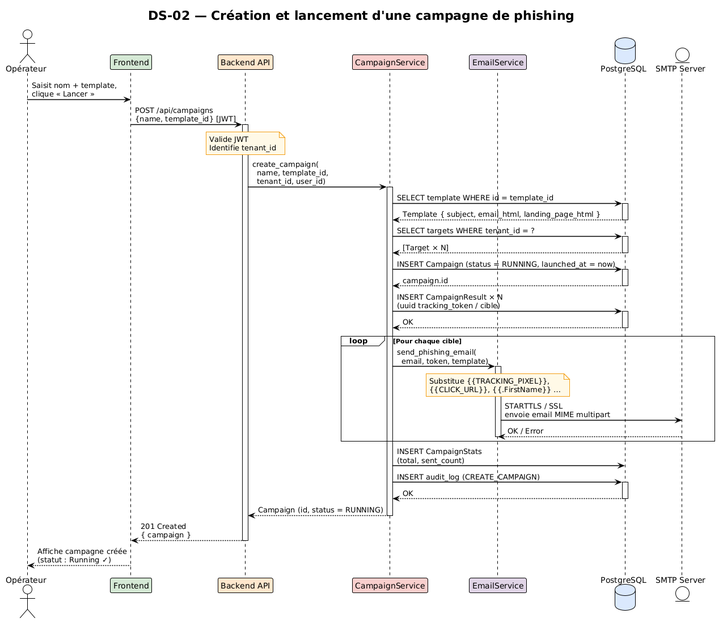
This is docs/uml/seq-campaign.png from xDiogow/PhishNet, a PlantUML export, as it was before one commit.
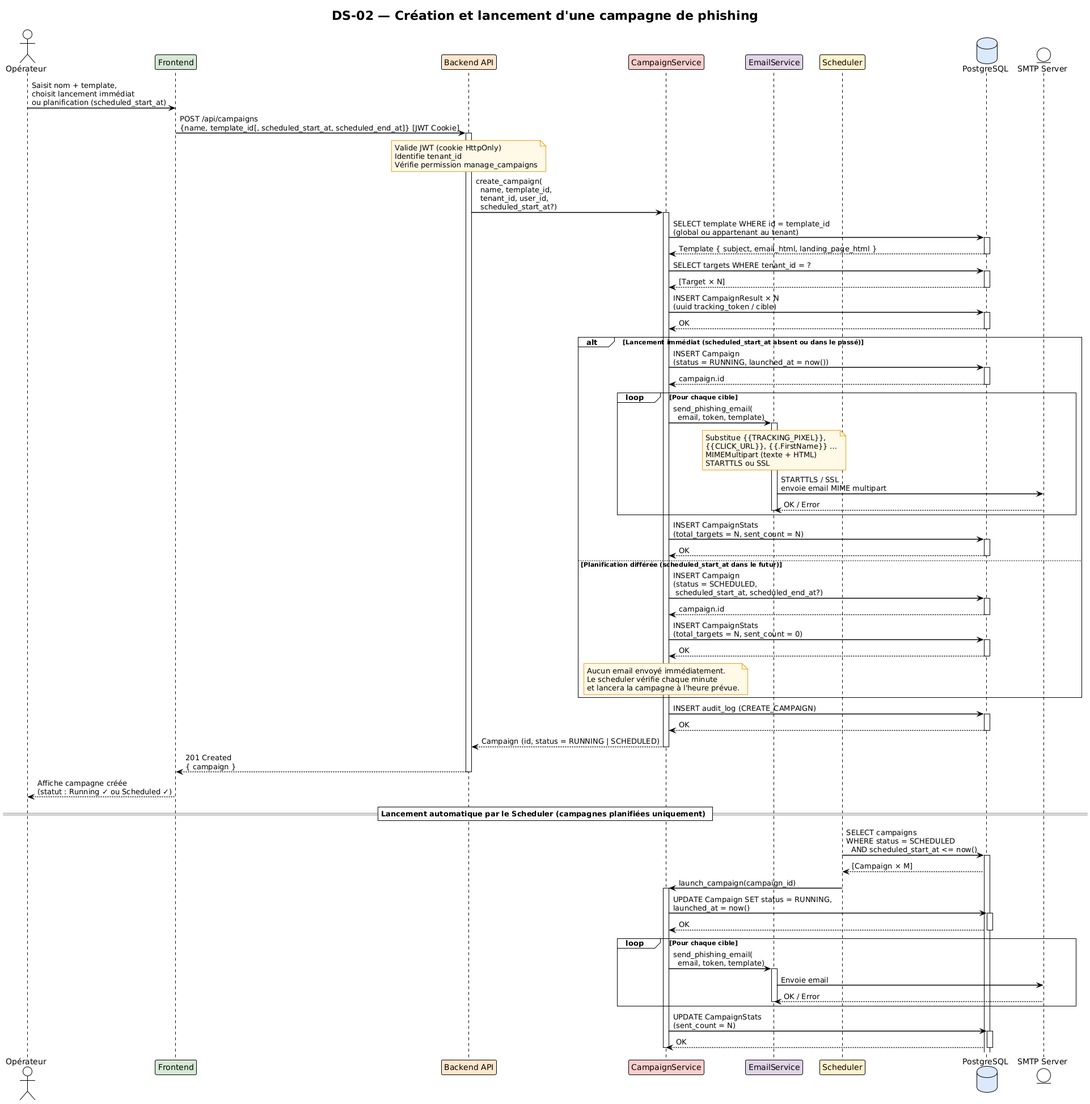
After the commit.

Change to the diagram source:
```diff
@@ -12,20 +12,21 @@
 participant "Backend API"       as BE #ffe6cc
 participant "CampaignService"   as CS #f8cecc
 participant "EmailService"      as ES #e1d5e7
+participant "Scheduler"         as SC #fff2cc
 database    "PostgreSQL"        as DB #dae8fc
 entity      "SMTP Server"       as SMTP
 
-OP -> FE : Saisit nom + template,\nclique « Lancer »
+OP -> FE : Saisit nom + template,\nchoisit lancement immédiat\nou planification (scheduled_start_at)
 
-FE -> BE : POST /api/campaigns\n{name, template_id} [JWT]
+FE -> BE : POST /api/campaigns\n{name, template_id[, scheduled_start_at, scheduled_end_at]} [JWT Cookie]
 activate BE
 
-note over BE : Valide JWT\nIdentifie tenant_id
+note over BE : Valide JWT (cookie HttpOnly)\nIdentifie tenant_id\nVérifie permission manage_campaigns
 
-BE -> CS : create_campaign(\n  name, template_id,\n  tenant_id, user_id)
+BE -> CS : create_campaign(\n  name, template_id,\n  tenant_id, user_id,\n  scheduled_start_at?)
 activate CS
 
-CS -> DB : SELECT template WHERE id = template_id
+CS -> DB : SELECT template WHERE id = template_id\n(global ou appartenant au tenant)
 activate DB
 DB --> CS : Template { subject, email_html, landing_page_html }
 deactivate DB
@@ -35,12 +36,81 @@
 DB --> CS : [Target × N]
 deactivate DB
 
-CS -> DB : INSERT Campaign (status = RUNNING, launched_at = now)
+CS -> DB : INSERT CampaignResult × N\n(uuid tracking_token / cible)
 activate DB
-DB --> CS : campaign.id
+DB --> CS : OK
 deactivate DB
 
-CS -> DB : INSERT CampaignResult × N\n(uuid tracking_token / cible)
+alt Lancement immédiat (scheduled_start_at absent ou dans le passé)
+
+  CS -> DB : INSERT Campaign\n(status = RUNNING, launched_at = now())
+  activate DB
+  DB --> CS : campaign.id
+  deactivate DB
+
+  loop Pour chaque cible
+    CS -> ES : send_phishing_email(\n  email, token, template)
+    activate ES
+    note over ES
+      Substitue {{TRACKING_PIXEL}},
+      {{CLICK_URL}}, {{.FirstName}} …
+      MIMEMultipart (texte + HTML)
+      STARTTLS ou SSL
+    end note
+    ES -> SMTP : STARTTLS / SSL\nenvoie email MIME multipart
+    SMTP --> ES : OK / Error
+    deactivate ES
+  end
+
+  CS -> DB : INSERT CampaignStats\n(total_targets = N, sent_count = N)
+  activate DB
+  DB --> CS : OK
+  deactivate DB
+
+else Planification différée (scheduled_start_at dans le futur)
+
+  CS -> DB : INSERT Campaign\n(status = SCHEDULED,\n scheduled_start_at, scheduled_end_at?)
+  activate DB
+  DB --> CS : campaign.id
+  deactivate DB
+
+  CS -> DB : INSERT CampaignStats\n(total_targets = N, sent_count = 0)
+  activate DB
+  DB --> CS : OK
+  deactivate DB
+
+  note over CS
+    Aucun email envoyé immédiatement.
+    Le scheduler vérifie chaque minute
+    et lancera la campagne à l'heure prévue.
+  end note
+
+end
+
+CS -> DB : INSERT audit_log (CREATE_CAMPAIGN)
+activate DB
+DB --> CS : OK
+deactivate DB
+
+CS --> BE : Campaign (id, status = RUNNING | SCHEDULED)
+deactivate CS
+
+BE --> FE : 201 Created\n{ campaign }
+deactivate BE
+
+FE --> OP : Affiche campagne créée\n(statut : Running ✓ ou Scheduled ✓)
+
+== Lancement automatique par le Scheduler (campagnes planifiées uniquement) ==
+
+SC -> DB : SELECT campaigns\nWHERE status = SCHEDULED\n  AND scheduled_start_at <= now()
+activate DB
+DB --> SC : [Campaign × M]
+deactivate SC
+
+SC -> CS : launch_campaign(campaign_id)
+activate CS
+
+CS -> DB : UPDATE Campaign SET status = RUNNING,\nlaunched_at = now()
 activate DB
 DB --> CS : OK
 deactivate DB
@@ -48,26 +118,15 @@
 loop Pour chaque cible
   CS -> ES : send_phishing_email(\n  email, token, template)
   activate ES
-  note over ES
-    Substitue {{TRACKING_PIXEL}},
-    {{CLICK_URL}}, {{.FirstName}} …
-  end note
-  ES -> SMTP : STARTTLS / SSL\nenvoie email MIME multipart
+  ES -> SMTP : Envoie email
   SMTP --> ES : OK / Error
   deactivate ES
 end
 
-CS -> DB : INSERT CampaignStats\n(total, sent_count)
-CS -> DB : INSERT audit_log (CREATE_CAMPAIGN)
+CS -> DB : UPDATE CampaignStats\n(sent_count = N)
 activate DB
 DB --> CS : OK
 deactivate DB
 
-CS --> BE : Campaign (id, status = RUNNING)
 deactivate CS
-
-BE --> FE : 201 Created\n{ campaign }
-deactivate BE
-
-FE --> OP : Affiche campagne créée\n(statut : Running ✓)
 @enduml
```
